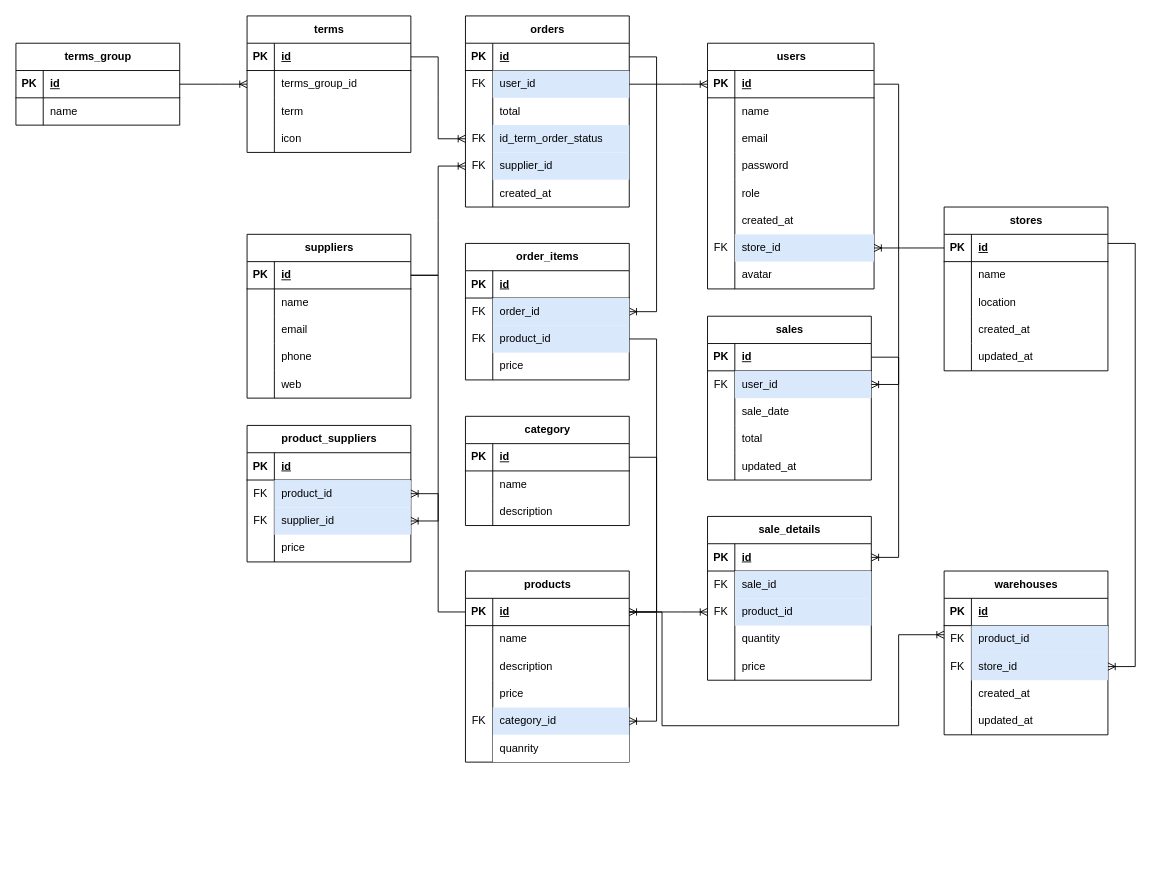
The draw.io diagram Diagrama sin título.drawio in FReyesft/FTSHOP_DB, before the edit. Source tidied: cells renumbered, new cells numbered last; positions are measured from the earlier drawing's top-left corner, leaving out a move shared by most shapes. Both pictures are drawn from the tidied source at 91%, with x=0, y=0 at pixel (15, 15).
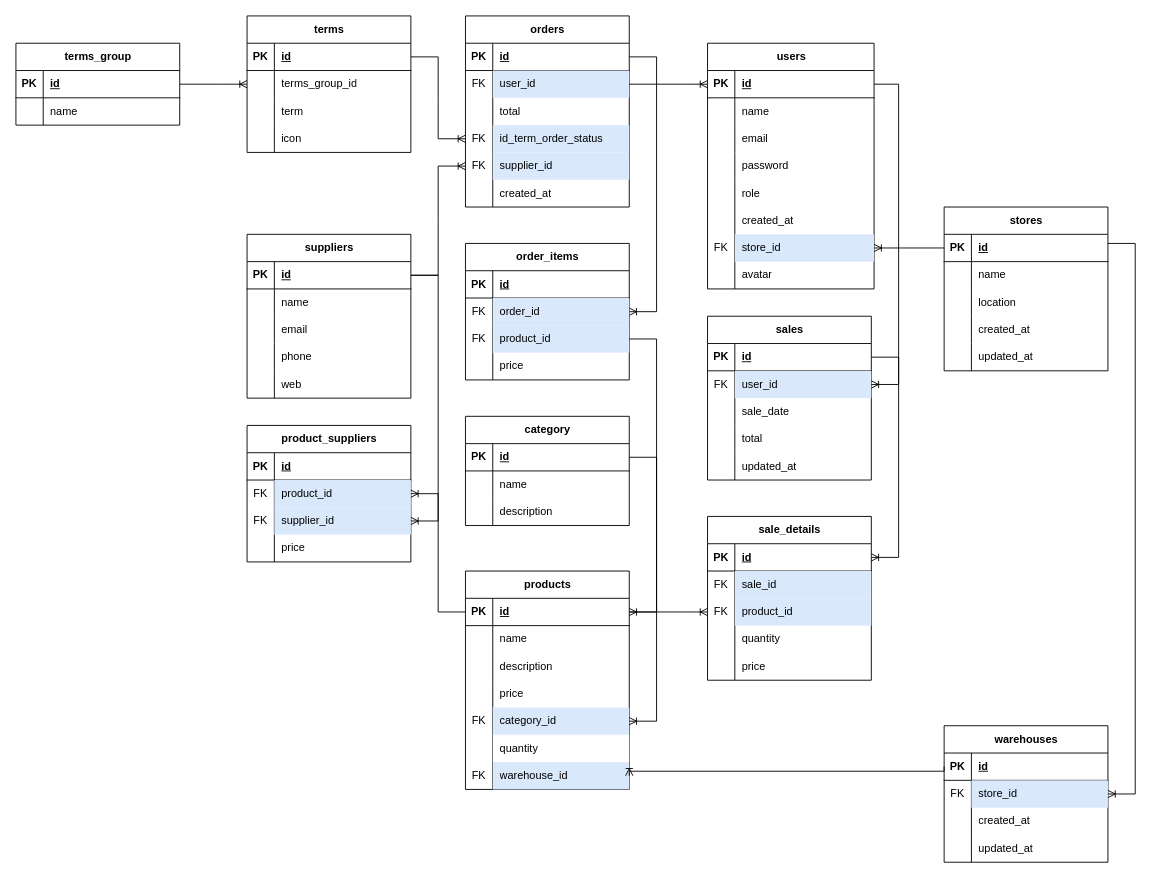
The same page after the edit.

Commit message:
add warehouse id to products

The change refers to these unchanged cells:
```xml
<mxCell id="105" style="shape=tableRow;horizontal=0;startSize=0;swimlaneHead=0;swimlaneBody=0;fillColor=none;points=[[0,0.5],[1,0.5]];portConstraint=eastwest;top=0;left=0;right=0;bottom=1;" parent="104" vertex="1">
  <mxGeometry y="30" width="180" height="30" as="geometry" />
</mxCell>
<mxCell id="120" style="shape=tableRow;horizontal=0;startSize=0;swimlaneHead=0;swimlaneBody=0;fillColor=none;top=0;left=0;right=0;bottom=0;" parent="104" vertex="1">
  <mxGeometry y="180" width="180" height="30" as="geometry" />
</mxCell>
<mxCell id="199" style="shape=tableRow;horizontal=0;startSize=0;swimlaneHead=0;swimlaneBody=0;fillColor=none;points=[[0,0.5],[1,0.5]];portConstraint=eastwest;top=0;left=0;right=0;bottom=1;" parent="198" vertex="1">
  <mxGeometry y="30" width="180" height="30" as="geometry" />
</mxCell>
```

Change to the diagram source:
```diff
@@
     <mxCell id="104" value="products" style="shape=table;startSize=30;childLayout=tableLayout;rowLines=0;fontStyle=1;align=center;html=1;" parent="1" vertex="1">
-      <mxGeometry x="494" y="610" width="180" height="210" as="geometry" />
+      <mxGeometry x="494" y="610" width="180" height="240" as="geometry" />
     </mxCell>
@@
-    <mxCell id="122" value="quanrity" style="shape=partialRectangle;top=0;left=0;bottom=0;right=0;align=left;spacingLeft=6;overflow=hidden;whiteSpace=wrap;html=1;" parent="120" vertex="1">
+    <mxCell id="122" value="quantity" style="shape=partialRectangle;top=0;left=0;bottom=0;right=0;align=left;spacingLeft=6;overflow=hidden;whiteSpace=wrap;html=1;" parent="120" vertex="1">
       <mxGeometry x="30" width="150" height="30" as="geometry" />
     </mxCell>
+    <mxCell id="216" style="shape=tableRow;horizontal=0;startSize=0;swimlaneHead=0;swimlaneBody=0;fillColor=none;points=[[0,0.5],[1,0.5]];portConstraint=eastwest;top=0;left=0;right=0;bottom=0;" parent="104" vertex="1">
+      <mxGeometry y="210" width="180" height="30" as="geometry" />
+    </mxCell>
+    <mxCell id="203" value="FK" style="shape=partialRectangle;fillColor=none;top=0;left=0;bottom=0;right=0;overflow=hidden;whiteSpace=wrap;html=1;" parent="216" vertex="1">
+      <mxGeometry width="30" height="30" as="geometry" />
+    </mxCell>
+    <mxCell id="217" value="warehouse_id" style="shape=partialRectangle;top=0;left=0;bottom=0;right=0;align=left;spacingLeft=6;overflow=hidden;whiteSpace=wrap;html=1;fillColor=#dae8fc;strokeColor=#6c8ebf;" parent="216" vertex="1">
+      <mxGeometry x="30" width="150" height="30" as="geometry" />
+    </mxCell>
@@
     <mxCell id="198" value="warehouses" style="shape=table;startSize=30;childLayout=tableLayout;rowLines=0;fontStyle=1;align=center;html=1;" parent="1" vertex="1">
-      <mxGeometry x="1020" y="610" width="180" height="180" as="geometry" />
+      <mxGeometry x="1020" y="780" width="180" height="150" as="geometry" />
     </mxCell>
@@
-    <mxCell id="202" style="shape=tableRow;horizontal=0;startSize=0;swimlaneHead=0;swimlaneBody=0;fillColor=none;top=0;left=0;right=0;bottom=0;" parent="198" vertex="1">
-      <mxGeometry y="60" width="180" height="30" as="geometry" />
-    </mxCell>
-    <mxCell id="203" value="FK" style="shape=partialRectangle;fillColor=none;top=0;left=0;bottom=0;right=0;overflow=hidden;whiteSpace=wrap;html=1;" parent="202" vertex="1">
-      <mxGeometry width="30" height="30" as="geometry" />
-    </mxCell>
-    <mxCell id="204" value="product_id" style="shape=partialRectangle;fillColor=#dae8fc;top=0;left=0;bottom=0;right=0;align=left;spacingLeft=6;overflow=hidden;whiteSpace=wrap;html=1;strokeColor=#6c8ebf;" parent="202" vertex="1">
-      <mxGeometry x="30" width="150" height="30" as="geometry" />
-    </mxCell>
     <mxCell id="205" style="shape=tableRow;horizontal=0;startSize=0;swimlaneHead=0;swimlaneBody=0;fillColor=none;points=[[0,0.5],[1,0.5]];portConstraint=eastwest;top=0;left=0;right=0;bottom=0;" parent="198" vertex="1">
-      <mxGeometry y="90" width="180" height="30" as="geometry" />
+      <mxGeometry y="60" width="180" height="30" as="geometry" />
     </mxCell>
@@
     <mxCell id="208" style="shape=tableRow;horizontal=0;startSize=0;swimlaneHead=0;swimlaneBody=0;fillColor=none;top=0;left=0;right=0;bottom=0;" parent="198" vertex="1">
-      <mxGeometry y="120" width="180" height="30" as="geometry" />
+      <mxGeometry y="90" width="180" height="30" as="geometry" />
     </mxCell>
@@
     <mxCell id="211" style="shape=tableRow;horizontal=0;startSize=0;swimlaneHead=0;swimlaneBody=0;fillColor=none;top=0;left=0;right=0;bottom=0;" parent="198" vertex="1">
-      <mxGeometry y="150" width="180" height="30" as="geometry" />
+      <mxGeometry y="120" width="180" height="30" as="geometry" />
     </mxCell>
@@
-    <mxCell id="215" style="edgeStyle=orthogonalEdgeStyle;fontSize=12;html=1;endArrow=ERoneToMany;rounded=0;exitX=1;exitY=0.5;exitDx=0;exitDy=0;elbow=vertical;" parent="1" edge="1" source="105">
-      <mxGeometry relative="1" as="geometry">
-        <mxPoint x="1020" y="680" as="targetPoint" />
-        <Array as="points">
-          <mxPoint x="710" y="655" />
-          <mxPoint x="710" y="780" />
-          <mxPoint x="970" y="780" />
-          <mxPoint x="970" y="680" />
-          <mxPoint x="1020" y="680" />
-        </Array>
-      </mxGeometry>
-    </mxCell>
+    <mxCell id="218" style="edgeStyle=elbowEdgeStyle;fontSize=12;html=1;endArrow=ERoneToMany;rounded=0;exitX=0;exitY=0.5;exitDx=0;exitDy=0;entryX=1;entryY=0.5;entryDx=0;entryDy=0;elbow=vertical;" parent="1" edge="1" source="199" target="216">
+      <mxGeometry relative="1" as="geometry">
+        <Array as="points">
+          <mxPoint x="840" y="830" />
+        </Array>
+      </mxGeometry>
+    </mxCell>
```
